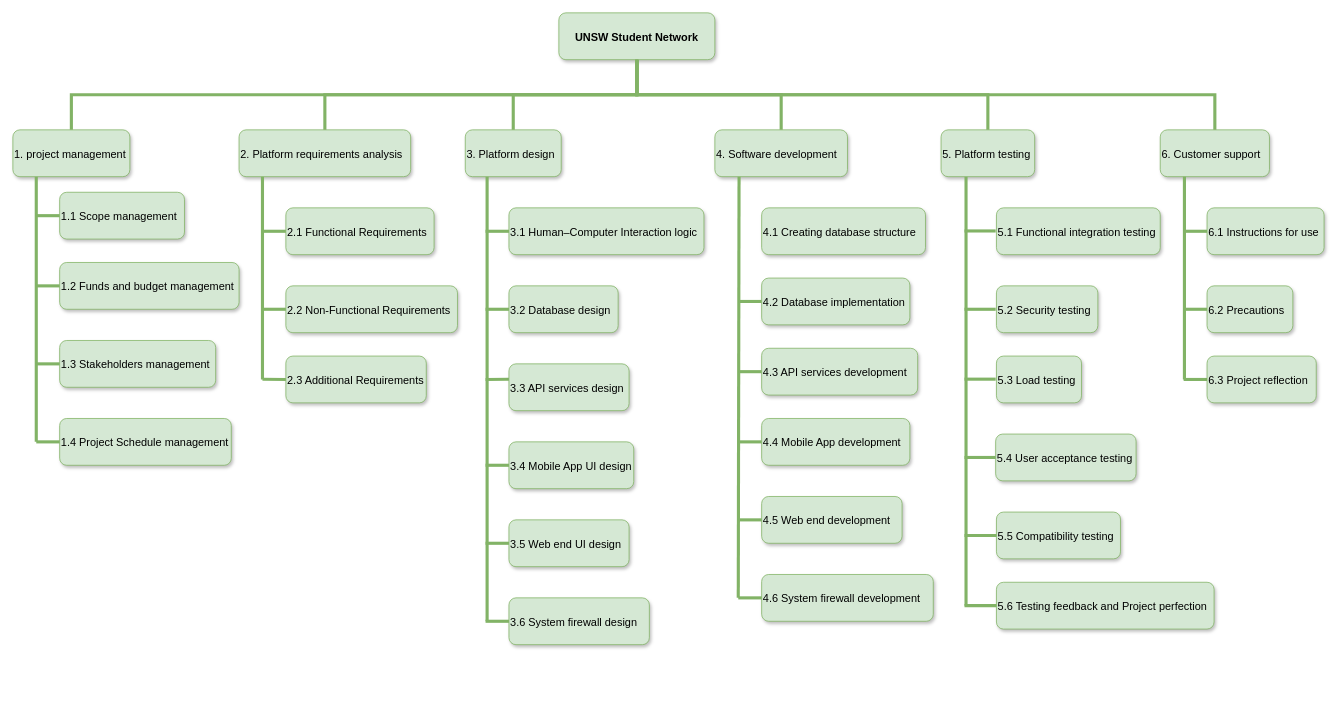
Before: 未命名绘图.drawio in zhangnailiang/ER, a draw.io diagram. Source tidied: cells renumbered, new cells numbered last; positions are measured from the earlier drawing's top-left corner, leaving out a move shared by most shapes. Both pictures are drawn from the tidied source at 78%, with x=0, y=0 at pixel (12, 12).
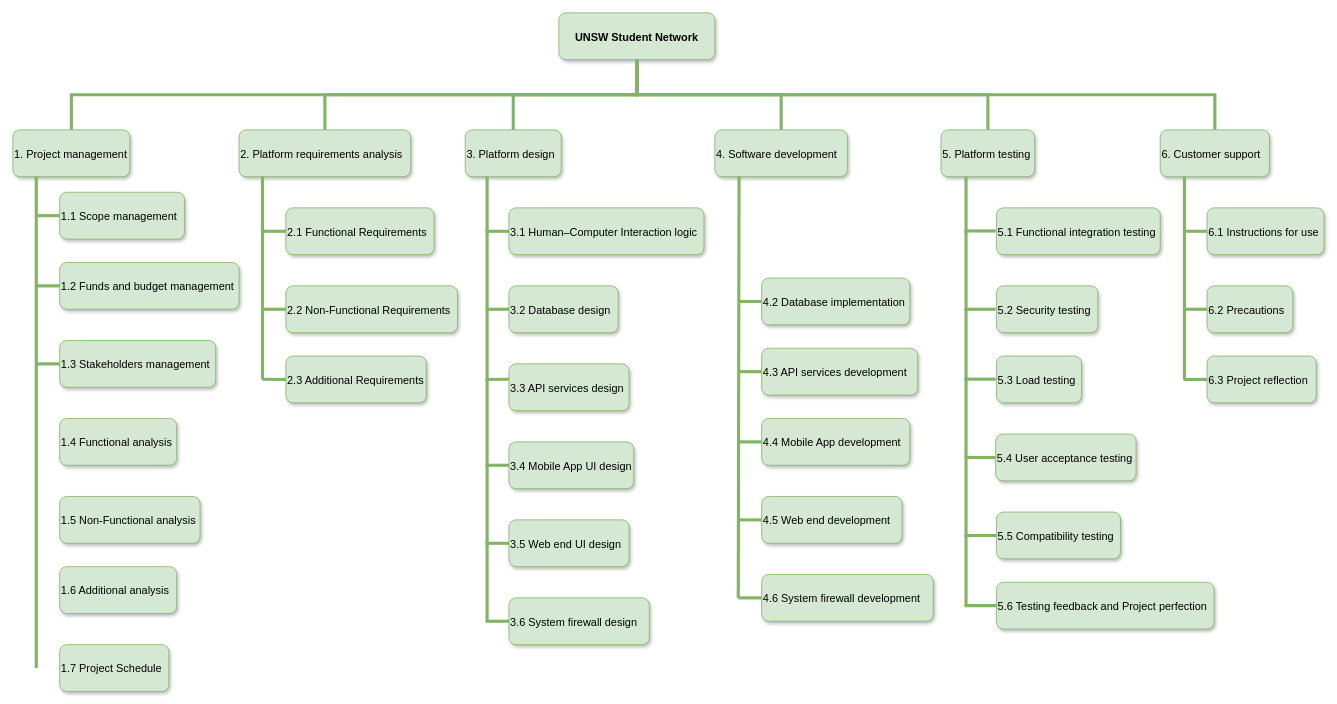
The same diagram, later.

Diff of the diagram source:
```diff
@@
-    <mxCell id="4" value="1. project management" style="rounded=1;fillColor=#d5e8d4;strokeColor=#82b366;shadow=1;fontStyle=0;fontSize=14;align=left;" parent="1" vertex="1">
+    <mxCell id="4" value="1. Project management" style="rounded=1;fillColor=#d5e8d4;strokeColor=#82b366;shadow=1;fontStyle=0;fontSize=14;align=left;" parent="1" vertex="1">
       <mxGeometry y="150" width="150" height="60" as="geometry" />
     </mxCell>
     <mxCell id="5" style="elbow=vertical;strokeWidth=4;endArrow=none;endFill=0;fontStyle=0;strokeColor=#82b366;fillColor=#d5e8d4;exitX=0.5;exitY=1;exitDx=0;exitDy=0;edgeStyle=orthogonalEdgeStyle;align=left;" parent="1" edge="1">
       <mxGeometry x="22" y="165.5" as="geometry">
         <mxPoint x="30" y="210" as="sourcePoint" />
-        <mxPoint x="30" y="550" as="targetPoint" />
+        <mxPoint x="30" y="840" as="targetPoint" />
       </mxGeometry>
     </mxCell>
@@
-    <mxCell id="12" value="1.4 Project Schedule management" style="rounded=1;fillColor=#d5e8d4;strokeColor=#82B366;shadow=1;fontStyle=0;fontSize=14;align=left;" parent="1" vertex="1">
-      <mxGeometry x="60" y="520" width="220" height="60" as="geometry" />
+    <mxCell id="12" value="1.7 Project Schedule" style="rounded=1;fillColor=#d5e8d4;strokeColor=#82B366;shadow=1;fontStyle=0;fontSize=14;align=left;" parent="1" vertex="1">
+      <mxGeometry x="60" y="810" width="140" height="60" as="geometry" />
     </mxCell>
-    <mxCell id="13" style="endArrow=none;html=1;rounded=1;entryX=0;entryY=0.5;entryDx=0;entryDy=0;strokeColor=#82B366;strokeWidth=4;endFill=0;fontStyle=0;align=left;" parent="1" edge="1" target="12">
-      <mxGeometry relative="1" as="geometry">
-        <mxPoint x="30" y="550" as="sourcePoint" />
-      </mxGeometry>
-    </mxCell>
@@
-    <mxCell id="72" value="4.1 Creating database structure" style="rounded=1;fillColor=#d5e8d4;strokeColor=#82B366;shadow=1;fontStyle=0;fontSize=14;align=left;" parent="1" vertex="1">
-      <mxGeometry x="960" y="250" width="210" height="60" as="geometry" />
-    </mxCell>
@@
+    <mxCell id="77" value="1.4 Functional analysis " style="rounded=1;fillColor=#d5e8d4;strokeColor=#82B366;shadow=1;fontStyle=0;fontSize=14;align=left;" parent="1" vertex="1">
+      <mxGeometry x="60" y="520" width="150" height="60" as="geometry" />
+    </mxCell>
+    <mxCell id="78" value="1.5 Non-Functional analysis" style="rounded=1;fillColor=#d5e8d4;strokeColor=#82B366;shadow=1;fontStyle=0;fontSize=14;align=left;" parent="1" vertex="1">
+      <mxGeometry x="60" y="620" width="180" height="60" as="geometry" />
+    </mxCell>
+    <mxCell id="79" value="1.6 Additional analysis " style="rounded=1;fillColor=#d5e8d4;strokeColor=#82B366;shadow=1;fontStyle=0;fontSize=14;align=left;" parent="1" vertex="1">
+      <mxGeometry x="60" y="710" width="150" height="60" as="geometry" />
+    </mxCell>
```
